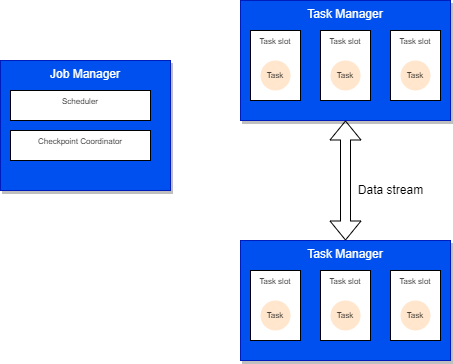
This is docs/diagrams/flink-arch.drawio.png from jbcodeforce/flink-studies, a draw.io export, as it was before one commit. Source tidied: cells renumbered, new cells last; positions are measured from the earlier drawing's top-left corner, leaving out a move shared by most shapes. Its diagram source:
```xml
<mxGraphModel>
  <root>
    <mxCell id="0" />
    <mxCell id="1" parent="0" />
    <mxCell id="2" value="Job Manager" style="rounded=0;whiteSpace=wrap;html=1;fillColor=#0050ef;strokeColor=#001DBC;shadow=1;verticalAlign=top;fontColor=#ffffff;" parent="1" vertex="1">
      <mxGeometry y="60" width="170" height="130" as="geometry" />
    </mxCell>
    <mxCell id="3" value="Task Manager" style="rounded=0;whiteSpace=wrap;html=1;fillColor=#0050ef;strokeColor=#001DBC;shadow=1;verticalAlign=top;fontColor=#ffffff;" parent="1" vertex="1">
      <mxGeometry x="240" width="210" height="120" as="geometry" />
    </mxCell>
    <mxCell id="4" value="Task slot" style="rounded=0;whiteSpace=wrap;html=1;shadow=0;fontSize=8;verticalAlign=top;" parent="1" vertex="1">
      <mxGeometry x="250" y="30" width="50" height="70" as="geometry" />
    </mxCell>
    <mxCell id="5" value="Task slot" style="rounded=0;whiteSpace=wrap;html=1;shadow=0;fontSize=8;verticalAlign=top;" parent="1" vertex="1">
      <mxGeometry x="320" y="30" width="50" height="70" as="geometry" />
    </mxCell>
    <mxCell id="6" value="Task slot" style="rounded=0;whiteSpace=wrap;html=1;shadow=0;fontSize=8;verticalAlign=top;" parent="1" vertex="1">
      <mxGeometry x="390" y="30" width="50" height="70" as="geometry" />
    </mxCell>
    <mxCell id="7" value="Task" style="ellipse;whiteSpace=wrap;html=1;shadow=0;fontSize=8;fillColor=#ffe6cc;strokeColor=none;" parent="1" vertex="1">
      <mxGeometry x="260" y="60" width="30" height="30" as="geometry" />
    </mxCell>
    <mxCell id="8" value="Task" style="ellipse;whiteSpace=wrap;html=1;shadow=0;fontSize=8;fillColor=#ffe6cc;strokeColor=none;" parent="1" vertex="1">
      <mxGeometry x="330" y="60" width="30" height="30" as="geometry" />
    </mxCell>
    <mxCell id="9" value="Task" style="ellipse;whiteSpace=wrap;html=1;shadow=0;fontSize=8;fillColor=#ffe6cc;strokeColor=none;" parent="1" vertex="1">
      <mxGeometry x="400" y="60" width="30" height="30" as="geometry" />
    </mxCell>
    <mxCell id="10" value="Task Manager" style="rounded=0;whiteSpace=wrap;html=1;fillColor=#0050ef;strokeColor=#001DBC;shadow=1;verticalAlign=top;fontColor=#ffffff;" parent="1" vertex="1">
      <mxGeometry x="240" y="240" width="210" height="120" as="geometry" />
    </mxCell>
    <mxCell id="11" value="Task slot" style="rounded=0;whiteSpace=wrap;html=1;shadow=0;fontSize=8;verticalAlign=top;" parent="1" vertex="1">
      <mxGeometry x="250" y="270" width="50" height="70" as="geometry" />
    </mxCell>
    <mxCell id="12" value="Task slot" style="rounded=0;whiteSpace=wrap;html=1;shadow=0;fontSize=8;verticalAlign=top;" parent="1" vertex="1">
      <mxGeometry x="320" y="270" width="50" height="70" as="geometry" />
    </mxCell>
    <mxCell id="13" value="Task slot" style="rounded=0;whiteSpace=wrap;html=1;shadow=0;fontSize=8;verticalAlign=top;" parent="1" vertex="1">
      <mxGeometry x="390" y="270" width="50" height="70" as="geometry" />
    </mxCell>
    <mxCell id="14" value="Task" style="ellipse;whiteSpace=wrap;html=1;shadow=0;fontSize=8;fillColor=#ffe6cc;strokeColor=none;" parent="1" vertex="1">
      <mxGeometry x="260" y="300" width="30" height="30" as="geometry" />
    </mxCell>
    <mxCell id="15" value="Task" style="ellipse;whiteSpace=wrap;html=1;shadow=0;fontSize=8;fillColor=#ffe6cc;strokeColor=none;" parent="1" vertex="1">
      <mxGeometry x="330" y="300" width="30" height="30" as="geometry" />
    </mxCell>
    <mxCell id="16" value="Task" style="ellipse;whiteSpace=wrap;html=1;shadow=0;fontSize=8;fillColor=#ffe6cc;strokeColor=none;" parent="1" vertex="1">
      <mxGeometry x="400" y="300" width="30" height="30" as="geometry" />
    </mxCell>
    <mxCell id="17" value="Scheduler" style="rounded=0;whiteSpace=wrap;html=1;shadow=0;fontSize=8;verticalAlign=top;" parent="1" vertex="1">
      <mxGeometry x="10" y="90" width="140" height="30" as="geometry" />
    </mxCell>
    <mxCell id="18" value="Checkpoint Coordinator" style="rounded=0;whiteSpace=wrap;html=1;shadow=0;fontSize=8;verticalAlign=top;" parent="1" vertex="1">
      <mxGeometry x="10" y="130" width="140" height="30" as="geometry" />
    </mxCell>
    <mxCell id="19" style="shape=flexArrow;endArrow=classic;startArrow=classic;html=1;fontSize=8;entryX=0.5;entryY=1;entryDx=0;entryDy=0;" parent="1" edge="1" source="10" target="3">
      <mxGeometry relative="1" as="geometry" />
    </mxCell>
    <mxCell id="20" value="Data stream" style="text;html=1;align=center;verticalAlign=middle;strokeColor=none;fillColor=none;fontSize=12;" parent="1" vertex="1">
      <mxGeometry x="350" y="180" width="80" height="20" as="geometry" />
    </mxCell>
  </root>
</mxGraphModel>
```
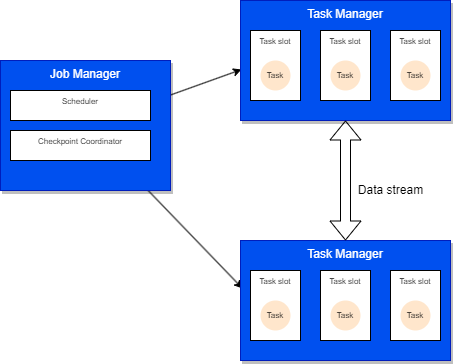
The same diagram one commit later.

What changed in the source:
```diff
@@ -2,6 +2,12 @@
   <root>
     <mxCell id="0" />
     <mxCell id="1" parent="0" />
+    <mxCell id="21" style="edgeStyle=none;html=1;entryX=0.005;entryY=0.575;entryDx=0;entryDy=0;entryPerimeter=0;" parent="1" edge="1" source="2" target="3">
+      <mxGeometry relative="1" as="geometry" />
+    </mxCell>
+    <mxCell id="22" style="edgeStyle=none;html=1;entryX=0.01;entryY=0.4;entryDx=0;entryDy=0;entryPerimeter=0;" parent="1" edge="1" source="2" target="10">
+      <mxGeometry relative="1" as="geometry" />
+    </mxCell>
     <mxCell id="2" value="Job Manager" style="rounded=0;whiteSpace=wrap;html=1;fillColor=#0050ef;strokeColor=#001DBC;shadow=1;verticalAlign=top;fontColor=#ffffff;" parent="1" vertex="1">
       <mxGeometry y="60" width="170" height="130" as="geometry" />
     </mxCell>
```
